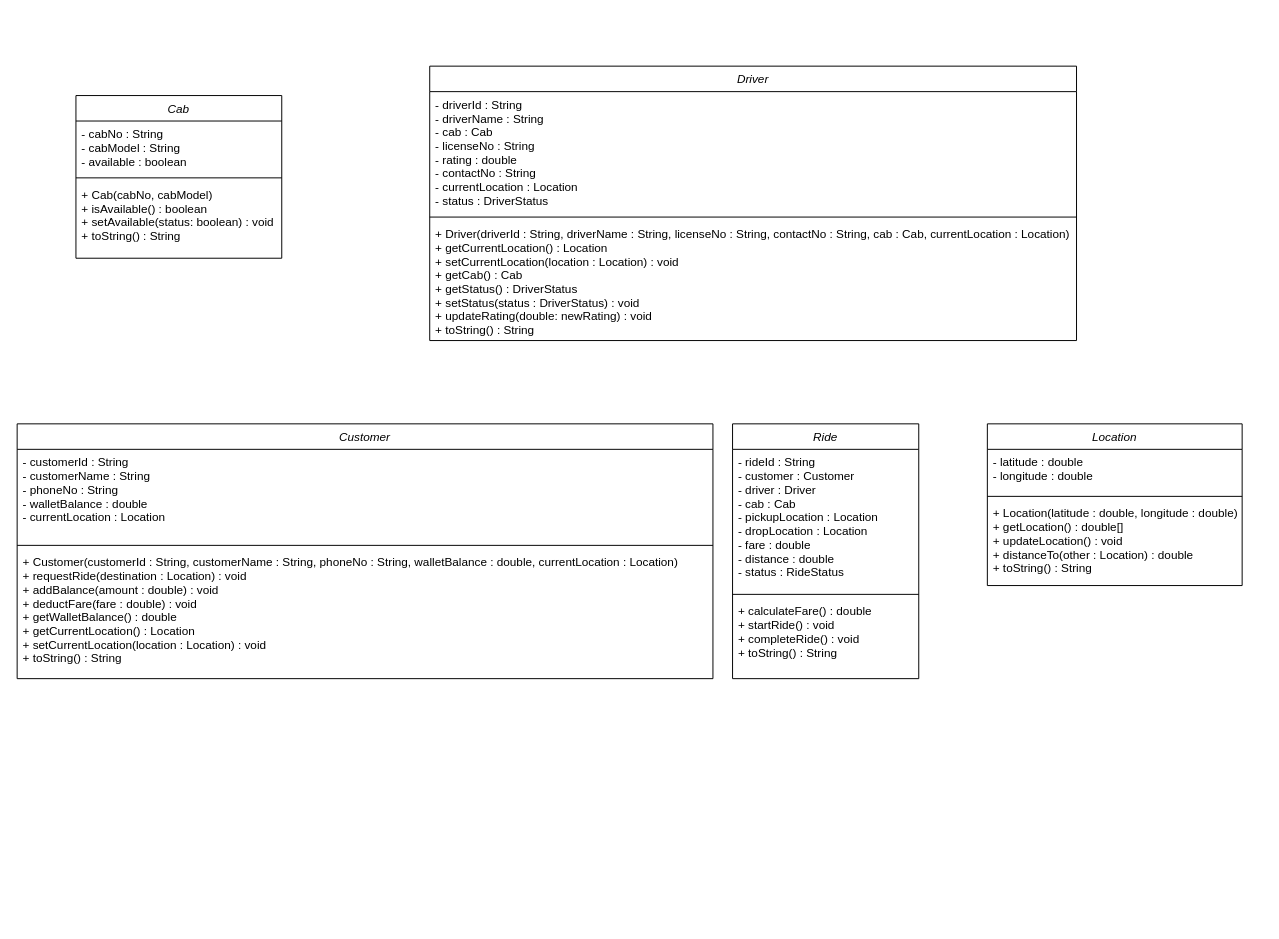
Earlier version of the draw.io diagram Class Diagram/SmartCab.drawio (dharunraj22/SmartCab). Source tidied: cells renumbered, new cells numbered last; positions are measured from the earlier drawing's top-left corner, leaving out a move shared by most shapes. Both pictures are drawn from the tidied source at 98%, with x=0, y=0 at pixel (17, 66).
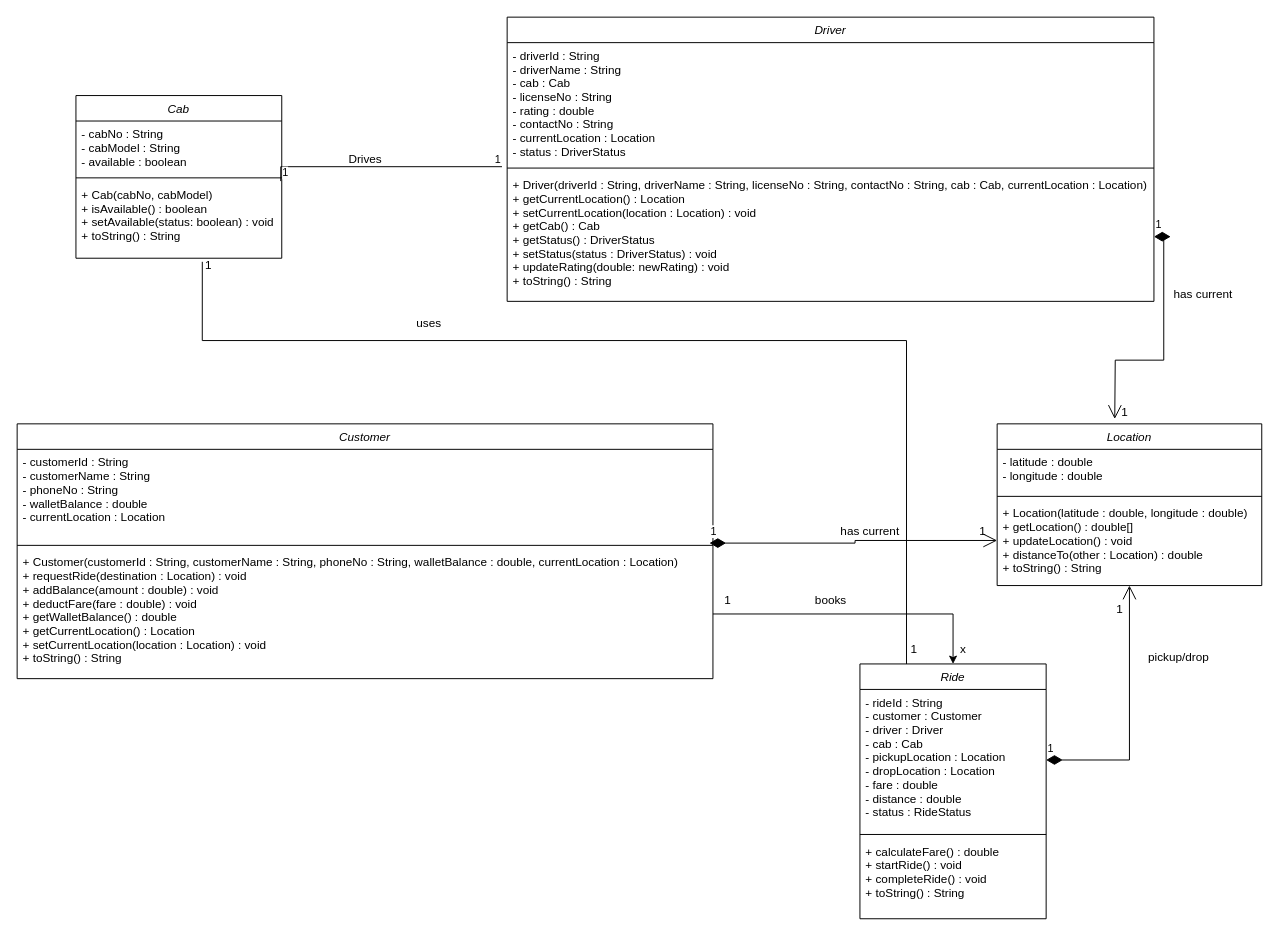
Above is the later version.

The change refers to these unchanged cells:
```xml
<mxCell id="5" value="+ Cab(cabNo, cabModel)&#10;+ isAvailable() : boolean&#10;+ setAvailable(status: boolean) : void&#10;+ toString() : String" style="text;align=left;verticalAlign=top;spacingLeft=4;spacingRight=4;overflow=hidden;points=[[0,0.5],[1,0.5]];portConstraint=eastwest;" parent="2" vertex="1">
  <mxGeometry y="88" width="210" height="78" as="geometry" />
</mxCell>
<mxCell id="7" value="- driverId : String&#10;- driverName : String&#10;- cab : Cab&#10;- licenseNo : String&#10;- rating : double&#10;- contactNo : String&#10;- currentLocation : Location&#10;- status : DriverStatus" style="text;align=left;verticalAlign=top;spacingLeft=4;spacingRight=4;overflow=hidden;points=[[0,0.5],[1,0.5]];portConstraint=eastwest;rounded=0;shadow=0;html=0;" parent="6" vertex="1">
  <mxGeometry y="26" width="660" height="124" as="geometry" />
</mxCell>
<mxCell id="11" value="- customerId : String&#10;- customerName : String&#10;- phoneNo : String&#10;- walletBalance : double&#10;- currentLocation : Location" style="text;align=left;verticalAlign=top;spacingLeft=4;spacingRight=4;overflow=hidden;points=[[0,0.5],[1,0.5]];portConstraint=eastwest;rounded=0;shadow=0;html=0;" parent="10" vertex="1">
  <mxGeometry y="26" width="710" height="94" as="geometry" />
</mxCell>
<mxCell id="13" value="+ Customer(customerId : String, customerName : String, phoneNo : String, walletBalance : double, currentLocation : Location)&#10;+ requestRide(destination : Location) : void&#10;+ addBalance(amount : double) : void&#10;+ deductFare(fare : double) : void&#10;+ getWalletBalance() : double&#10;+ getCurrentLocation() : Location&#10;+ setCurrentLocation(location : Location) : void&#10;+ toString() : String" style="text;align=left;verticalAlign=top;spacingLeft=4;spacingRight=4;overflow=hidden;points=[[0,0.5],[1,0.5]];portConstraint=eastwest;" parent="10" vertex="1">
  <mxGeometry y="128" width="710" height="132" as="geometry" />
</mxCell>
<mxCell id="15" value="- rideId : String&#10;- customer : Customer&#10;- driver : Driver&#10;- cab : Cab&#10;- pickupLocation : Location&#10;- dropLocation : Location&#10;- fare : double&#10;- distance : double&#10;- status : RideStatus" style="text;align=left;verticalAlign=top;spacingLeft=4;spacingRight=4;overflow=hidden;points=[[0,0.5],[1,0.5]];portConstraint=eastwest;rounded=0;shadow=0;html=0;" parent="14" vertex="1">
  <mxGeometry y="26" width="190" height="144" as="geometry" />
</mxCell>
```

What changed in the source:
```diff
@@
     <mxCell id="6" value="Driver" style="swimlane;fontStyle=2;align=center;verticalAlign=top;horizontal=1;startSize=26;rounded=0;shadow=0;strokeWidth=1;" parent="1" vertex="1">
-      <mxGeometry x="421" width="660" height="280" as="geometry" />
+      <mxGeometry x="500" y="-50" width="660" height="290" as="geometry" />
     </mxCell>
@@
     <mxCell id="9" value="+ Driver(driverId : String, driverName : String, licenseNo : String, contactNo : String, cab : Cab, currentLocation : Location)&#10;+ getCurrentLocation() : Location&#10;+ setCurrentLocation(location : Location) : void&#10;+ getCab() : Cab&#10;+ getStatus() : DriverStatus&#10;+ setStatus(status : DriverStatus) : void&#10;+ updateRating(double: newRating) : void&#10;+ toString() : String" style="text;align=left;verticalAlign=top;spacingLeft=4;spacingRight=4;overflow=hidden;points=[[0,0.5],[1,0.5]];portConstraint=eastwest;" parent="6" vertex="1">
-      <mxGeometry y="158" width="660" height="122" as="geometry" />
+      <mxGeometry y="158" width="660" height="132" as="geometry" />
     </mxCell>
@@
+    <mxCell id="22" style="edgeStyle=orthogonalEdgeStyle;rounded=0;jettySize=auto;html=1;exitX=0.25;exitY=0;exitDx=0;exitDy=0;strokeColor=none;" parent="1" edge="1" source="14" target="5">
+      <mxGeometry relative="1" as="geometry">
+        <Array as="points">
+          <mxPoint x="908" y="290" />
+          <mxPoint x="165" y="290" />
+        </Array>
+      </mxGeometry>
+    </mxCell>
     <mxCell id="14" value="Ride" style="swimlane;fontStyle=2;align=center;verticalAlign=top;horizontal=1;startSize=26;rounded=0;shadow=0;strokeWidth=1;" parent="1" vertex="1">
-      <mxGeometry x="730" y="365" width="190" height="260" as="geometry" />
+      <mxGeometry x="860" y="610" width="190" height="260" as="geometry" />
     </mxCell>
@@
     <mxCell id="18" value="Location" style="swimlane;fontStyle=2;align=center;verticalAlign=top;horizontal=1;startSize=26;rounded=0;shadow=0;strokeWidth=1;" parent="1" vertex="1">
-      <mxGeometry x="990" y="365" width="260" height="165" as="geometry" />
+      <mxGeometry x="1000" y="365" width="270" height="165" as="geometry" />
     </mxCell>
     <mxCell id="19" value="- latitude : double&#10;- longitude : double" style="text;align=left;verticalAlign=top;spacingLeft=4;spacingRight=4;overflow=hidden;rounded=0;shadow=0;html=0;" parent="18" vertex="1">
-      <mxGeometry y="26" width="260" height="44" as="geometry" />
+      <mxGeometry y="26" width="270" height="44" as="geometry" />
     </mxCell>
     <mxCell id="20" style="line;html=1;strokeWidth=1;align=left;verticalAlign=middle;spacingTop=-1;spacingLeft=3;spacingRight=3;labelPosition=right;" parent="18" vertex="1">
-      <mxGeometry y="70" width="260" height="8" as="geometry" />
+      <mxGeometry y="70" width="270" height="8" as="geometry" />
     </mxCell>
     <mxCell id="21" value="+ Location(latitude : double, longitude : double)&#10;+ getLocation() : double[]&#10;+ updateLocation() : void&#10;+ distanceTo(other : Location) : double&#10;+ toString() : String" style="text;align=left;verticalAlign=top;spacingLeft=4;spacingRight=4;overflow=hidden;points=[[0,0.5],[1,0.5]];portConstraint=eastwest;" parent="18" vertex="1">
-      <mxGeometry y="78" width="260" height="82" as="geometry" />
+      <mxGeometry y="78" width="270" height="82" as="geometry" />
     </mxCell>
+    <mxCell id="23" style="endArrow=none;html=1;edgeStyle=orthogonalEdgeStyle;rounded=0;exitX=0.995;exitY=-0.009;exitDx=0;exitDy=0;exitPerimeter=0;entryX=-0.008;entryY=1.021;entryDx=0;entryDy=0;entryPerimeter=0;" parent="1" edge="1" source="5" target="7">
+      <mxGeometry relative="1" as="geometry" />
+    </mxCell>
+    <mxCell id="24" value="1" style="edgeLabel;html=1;align=left;verticalAlign=bottom;" parent="23" vertex="1">
+      <mxGeometry x="-1" relative="1" as="geometry" />
+    </mxCell>
+    <mxCell id="25" value="1" style="edgeLabel;html=1;align=right;verticalAlign=bottom;" parent="23" vertex="1">
+      <mxGeometry x="1" relative="1" as="geometry" />
+    </mxCell>
+    <mxCell id="26" value="1" style="endArrow=open;html=1;endSize=12;startArrow=diamondThin;startSize=14;startFill=1;edgeStyle=orthogonalEdgeStyle;align=left;verticalAlign=bottom;rounded=0;" parent="1" edge="1" source="9">
+      <mxGeometry x="-1" y="3" relative="1" as="geometry">
+        <mxPoint x="1120" y="360" as="targetPoint" />
+      </mxGeometry>
+    </mxCell>
+    <mxCell id="27" value="1" style="endArrow=open;html=1;endSize=12;startArrow=diamondThin;startSize=14;startFill=1;edgeStyle=orthogonalEdgeStyle;align=left;verticalAlign=bottom;rounded=0;exitX=0.995;exitY=1.018;exitDx=0;exitDy=0;exitPerimeter=0;entryX=0;entryY=0.5;entryDx=0;entryDy=0;" parent="1" edge="1" source="11" target="21">
+      <mxGeometry x="-1" y="3" relative="1" as="geometry" />
+    </mxCell>
+    <mxCell id="28" value="Drives" style="text;html=1;align=center;verticalAlign=middle;strokeColor=none;fillColor=none;" parent="1" vertex="1">
+      <mxGeometry x="325" y="80" width="60" height="30" as="geometry" />
+    </mxCell>
+    <mxCell id="29" value="has current" style="text;html=1;align=center;verticalAlign=middle;strokeColor=none;fillColor=none;" parent="1" vertex="1">
+      <mxGeometry x="1170" y="218" width="80" height="30" as="geometry" />
+    </mxCell>
+    <mxCell id="30" value="has current" style="text;html=1;align=center;verticalAlign=middle;strokeColor=none;fillColor=none;" parent="1" vertex="1">
+      <mxGeometry x="830" y="460" width="80" height="30" as="geometry" />
+    </mxCell>
+    <mxCell id="31" value="1" style="text;html=1;align=center;verticalAlign=middle;strokeColor=none;fillColor=none;" parent="1" vertex="1">
+      <mxGeometry x="1115" y="338" width="30" height="30" as="geometry" />
+    </mxCell>
+    <mxCell id="32" value="1" style="text;html=1;align=center;verticalAlign=middle;strokeColor=none;fillColor=none;" parent="1" vertex="1">
+      <mxGeometry x="970" y="460" width="30" height="30" as="geometry" />
+    </mxCell>
+    <mxCell id="33" style="edgeStyle=orthogonalEdgeStyle;rounded=0;jettySize=auto;html=1;exitX=1;exitY=0.5;exitDx=0;exitDy=0;entryX=0.5;entryY=0;entryDx=0;entryDy=0;" parent="1" edge="1" source="13" target="14">
+      <mxGeometry relative="1" as="geometry" />
+    </mxCell>
+    <mxCell id="34" value="x" style="text;html=1;align=center;verticalAlign=middle;strokeColor=none;fillColor=none;" parent="1" vertex="1">
+      <mxGeometry x="950" y="580" width="30" height="30" as="geometry" />
+    </mxCell>
+    <mxCell id="35" value="1" style="text;html=1;align=center;verticalAlign=middle;strokeColor=none;fillColor=none;" parent="1" vertex="1">
+      <mxGeometry x="710" y="530" width="30" height="30" as="geometry" />
+    </mxCell>
+    <mxCell id="36" value="books" style="text;html=1;align=center;verticalAlign=middle;strokeColor=none;fillColor=none;" parent="1" vertex="1">
+      <mxGeometry x="800" y="530" width="60" height="30" as="geometry" />
+    </mxCell>
+    <mxCell id="37" style="edgeStyle=orthogonalEdgeStyle;rounded=0;jettySize=auto;html=1;exitX=0.25;exitY=0;exitDx=0;exitDy=0;entryX=0.614;entryY=1.047;entryDx=0;entryDy=0;entryPerimeter=0;endArrow=none;startFill=0;" parent="1" edge="1" source="14" target="5">
+      <mxGeometry relative="1" as="geometry">
+        <Array as="points">
+          <mxPoint x="908" y="280" />
+          <mxPoint x="189" y="280" />
+        </Array>
+      </mxGeometry>
+    </mxCell>
+    <mxCell id="38" value="1" style="text;html=1;align=center;verticalAlign=middle;strokeColor=none;fillColor=none;" parent="1" vertex="1">
+      <mxGeometry x="180" y="188" width="30" height="30" as="geometry" />
+    </mxCell>
+    <mxCell id="39" value="1" style="text;html=1;align=center;verticalAlign=middle;strokeColor=none;fillColor=none;" parent="1" vertex="1">
+      <mxGeometry x="900" y="580" width="30" height="30" as="geometry" />
+    </mxCell>
+    <mxCell id="40" value="uses" style="text;html=1;align=center;verticalAlign=middle;strokeColor=none;fillColor=none;" parent="1" vertex="1">
+      <mxGeometry x="395" y="248" width="50" height="30" as="geometry" />
+    </mxCell>
+    <mxCell id="41" value="1" style="endArrow=open;html=1;endSize=12;startArrow=diamondThin;startSize=14;startFill=1;edgeStyle=orthogonalEdgeStyle;align=left;verticalAlign=bottom;rounded=0;exitX=1;exitY=0.5;exitDx=0;exitDy=0;entryX=0.5;entryY=1;entryDx=0;entryDy=0;" parent="1" edge="1" source="15" target="18">
+      <mxGeometry x="-1" y="3" relative="1" as="geometry" />
+    </mxCell>
+    <mxCell id="42" value="1" style="text;html=1;align=center;verticalAlign=middle;strokeColor=none;fillColor=none;" parent="1" vertex="1">
+      <mxGeometry x="1110" y="540" width="30" height="30" as="geometry" />
+    </mxCell>
+    <mxCell id="43" value="pickup/drop" style="text;html=1;align=center;verticalAlign=middle;strokeColor=none;fillColor=none;" parent="1" vertex="1">
+      <mxGeometry x="1140" y="588" width="90" height="30" as="geometry" />
+    </mxCell>
```
